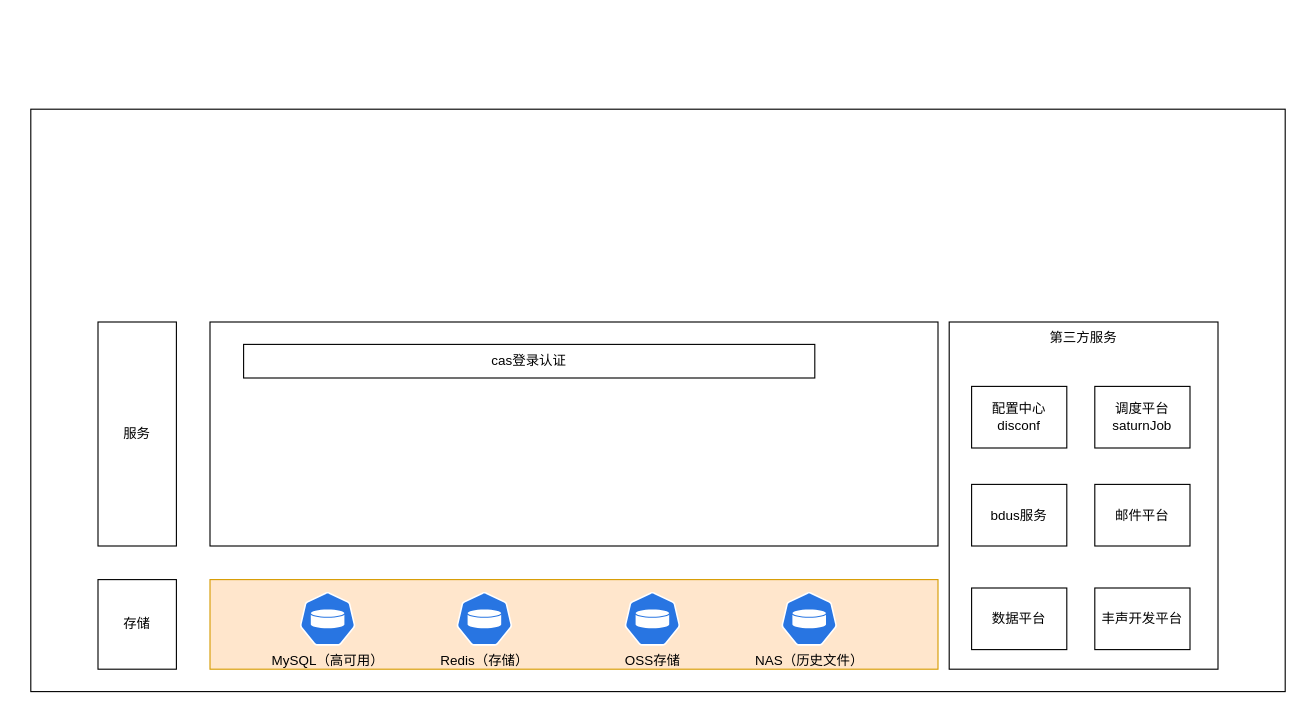
didideng/diagram keeps this draw.io diagram as 未命名绘图.drawio. Above is the earlier version. Source tidied: cells renumbered, new cells numbered last; positions are measured from the earlier drawing's top-left corner, leaving out a move shared by most shapes. Both pictures are drawn from the tidied source at 112%, with x=0, y=0 at pixel (30, 109).
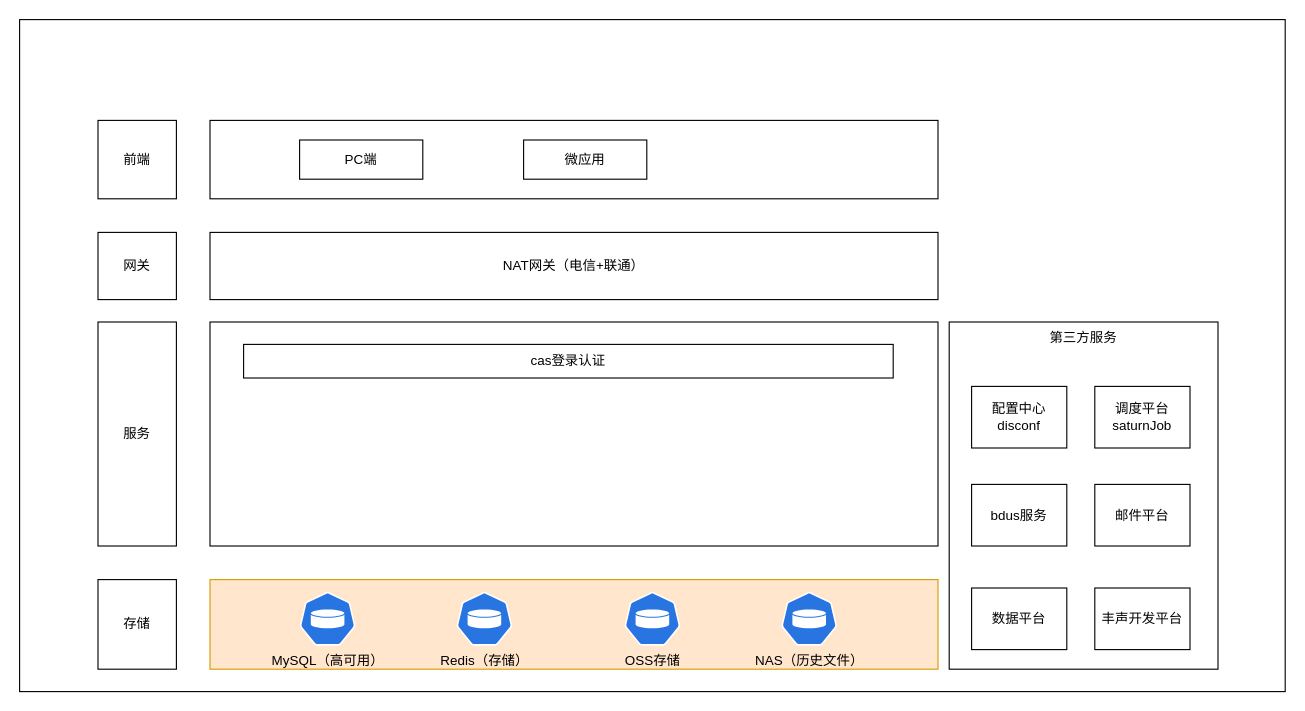
After the change.

Commit message:
更新未命名绘图.drawio

The edit, as a diff of the source:
```diff
@@
     <mxCell id="2" style="rounded=0;whiteSpace=wrap;html=1;" parent="1" vertex="1">
-      <mxGeometry width="1120" height="520" as="geometry" />
+      <mxGeometry x="-10" y="-80" width="1130" height="600" as="geometry" />
     </mxCell>
@@
     <mxCell id="9" value="cas登录认证" style="rounded=0;whiteSpace=wrap;html=1;" parent="1" vertex="1">
-      <mxGeometry x="190" y="210" width="510" height="30" as="geometry" />
+      <mxGeometry x="190" y="210" width="580" height="30" as="geometry" />
     </mxCell>
@@
+    <mxCell id="19" value="NAT网关（电信+联通）" style="rounded=0;whiteSpace=wrap;html=1;verticalAlign=middle;" parent="1" vertex="1">
+      <mxGeometry x="160" y="110" width="650" height="60" as="geometry" />
+    </mxCell>
+    <mxCell id="20" value="网关" style="rounded=0;whiteSpace=wrap;html=1;" parent="1" vertex="1">
+      <mxGeometry x="60" y="110" width="70" height="60" as="geometry" />
+    </mxCell>
+    <mxCell id="21" style="rounded=0;whiteSpace=wrap;html=1;" parent="1" vertex="1">
+      <mxGeometry x="160" y="10" width="650" height="70" as="geometry" />
+    </mxCell>
+    <mxCell id="22" value="前端" style="rounded=0;whiteSpace=wrap;html=1;" parent="1" vertex="1">
+      <mxGeometry x="60" y="10" width="70" height="70" as="geometry" />
+    </mxCell>
+    <mxCell id="23" value="PC端" style="rounded=0;whiteSpace=wrap;html=1;" parent="1" vertex="1">
+      <mxGeometry x="240" y="27.5" width="110" height="35" as="geometry" />
+    </mxCell>
+    <mxCell id="24" value="微应用" style="rounded=0;whiteSpace=wrap;html=1;" parent="1" vertex="1">
+      <mxGeometry x="440" y="27.5" width="110" height="35" as="geometry" />
+    </mxCell>
```
